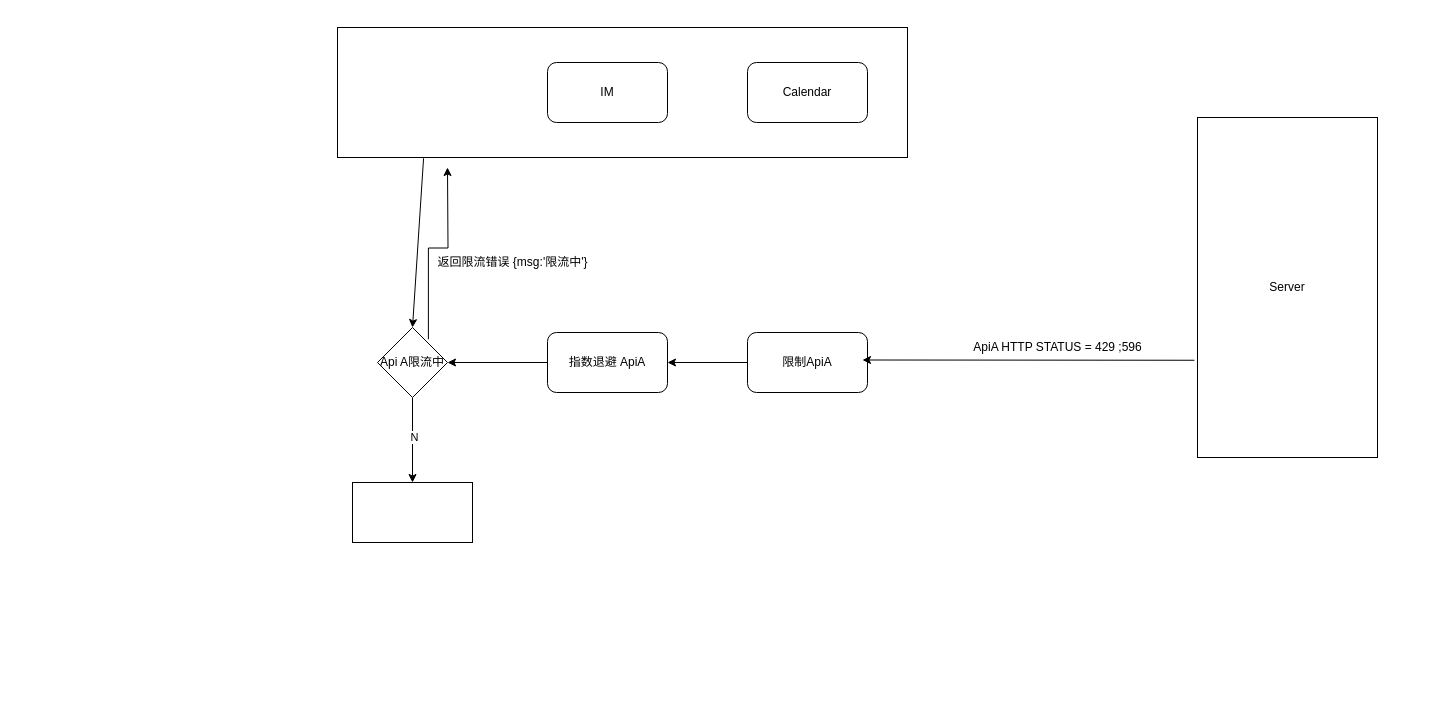
x3hong/algo keeps this draw.io diagram as 111.drawio. Above is the earlier version. Source tidied: cells renumbered, new cells numbered last; positions are measured from the earlier drawing's top-left corner, leaving out a move shared by most shapes. Both pictures are drawn from the tidied source at 100%, with x=0, y=0 at pixel (337, 27).
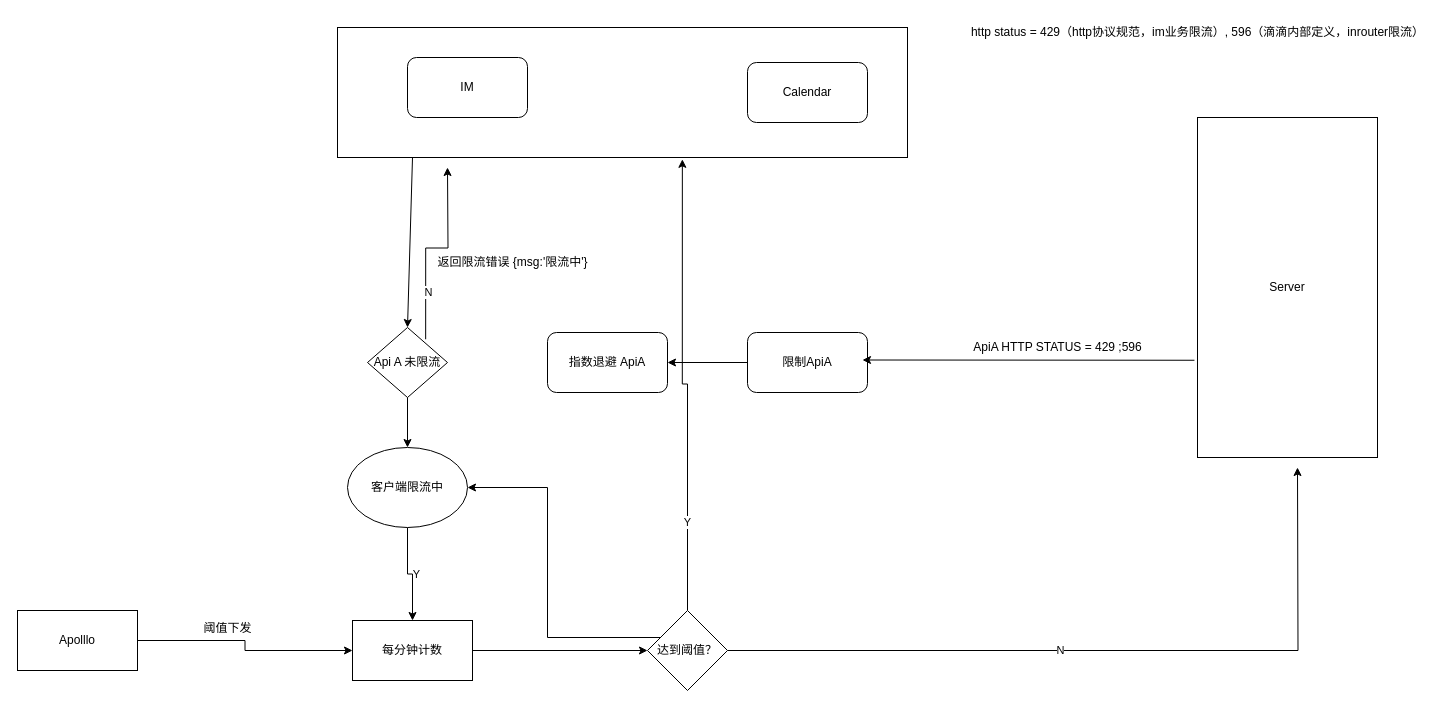
Above is the later version.

The change refers to these unchanged cells:
```xml
<mxCell id="2" style="rounded=0;whiteSpace=wrap;html=1;" parent="1" vertex="1">
  <mxGeometry width="570" height="130" as="geometry" />
</mxCell>
<mxCell id="6" value="指数退避 ApiA" style="rounded=1;whiteSpace=wrap;html=1;" parent="1" vertex="1">
  <mxGeometry x="210" y="305" width="120" height="60" as="geometry" />
</mxCell>
<mxCell id="12" style="edgeStyle=orthogonalEdgeStyle;rounded=0;jettySize=auto;html=1;entryX=0.77;entryY=1.029;entryDx=0;entryDy=0;entryPerimeter=0;exitX=0.727;exitY=0.168;exitDx=0;exitDy=0;exitPerimeter=0;" parent="1" edge="1" source="17">
  <mxGeometry relative="1" as="geometry">
    <mxPoint x="110" y="140" as="targetPoint" />
  </mxGeometry>
</mxCell>
```

The edit, as a diff of the source:
```diff
@@
     <mxCell id="3" value="IM" style="rounded=1;whiteSpace=wrap;html=1;" parent="1" vertex="1">
-      <mxGeometry x="210" y="35" width="120" height="60" as="geometry" />
+      <mxGeometry x="70" y="30" width="120" height="60" as="geometry" />
     </mxCell>
@@
-    <mxCell id="5" style="edgeStyle=orthogonalEdgeStyle;rounded=0;jettySize=auto;html=1;" parent="1" edge="1" source="6">
-      <mxGeometry relative="1" as="geometry">
-        <mxPoint x="110" y="335" as="targetPoint" />
-      </mxGeometry>
-    </mxCell>
@@
+    <mxCell id="19" value="N" style="edgeLabel;html=1;align=center;verticalAlign=middle;" parent="12" vertex="1">
+      <mxGeometry x="-0.52" y="-2" relative="1" as="geometry" />
+    </mxCell>
@@
-    <mxCell id="14" style="endArrow=classic;html=1;rounded=0;entryX=0.5;entryY=0;entryDx=0;entryDy=0;exitX=0.151;exitY=1.006;exitDx=0;exitDy=0;exitPerimeter=0;" parent="1" edge="1" source="2" target="17">
-      <mxGeometry relative="1" as="geometry" />
+    <mxCell id="14" style="endArrow=classic;html=1;rounded=0;entryX=0.5;entryY=0;entryDx=0;entryDy=0;" parent="1" edge="1" target="17">
+      <mxGeometry relative="1" as="geometry">
+        <mxPoint x="75" y="130" as="sourcePoint" />
+      </mxGeometry>
     </mxCell>
-    <mxCell id="15" style="edgeStyle=orthogonalEdgeStyle;rounded=0;jettySize=auto;html=1;" parent="1" edge="1" source="17" target="18">
+    <mxCell id="15" style="edgeStyle=orthogonalEdgeStyle;rounded=0;jettySize=auto;html=1;" parent="1" edge="1" source="33" target="18">
       <mxGeometry relative="1" as="geometry" />
     </mxCell>
-    <mxCell id="16" value="N" style="edgeLabel;html=1;align=center;verticalAlign=middle;" parent="15" vertex="1">
-      <mxGeometry x="-0.09" y="1" relative="1" as="geometry" />
-    </mxCell>
+    <mxCell id="20" value="Y" style="edgeLabel;html=1;align=center;verticalAlign=middle;" parent="15" vertex="1">
+      <mxGeometry x="0.06" y="3" relative="1" as="geometry">
+        <mxPoint y="-1" as="offset" />
+      </mxGeometry>
+    </mxCell>
-    <mxCell id="17" value="Api A限流中" style="rhombus;whiteSpace=wrap;html=1;" parent="1" vertex="1">
-      <mxGeometry x="40" y="300" width="70" height="70" as="geometry" />
+    <mxCell id="17" value="Api A 未限流" style="rhombus;whiteSpace=wrap;html=1;" parent="1" vertex="1">
+      <mxGeometry x="30" y="300" width="80" height="70" as="geometry" />
     </mxCell>
+    <mxCell id="21" style="edgeStyle=orthogonalEdgeStyle;rounded=0;jettySize=auto;html=1;" parent="1" edge="1" source="18" target="27">
+      <mxGeometry relative="1" as="geometry" />
+    </mxCell>
-    <mxCell id="18" style="whiteSpace=wrap;html=1;" parent="1" vertex="1">
-      <mxGeometry x="15" y="455" width="120" height="60" as="geometry" />
+    <mxCell id="18" value="每分钟计数" style="whiteSpace=wrap;html=1;" parent="1" vertex="1">
+      <mxGeometry x="15" y="593" width="120" height="60" as="geometry" />
     </mxCell>
+    <mxCell id="22" style="edgeStyle=orthogonalEdgeStyle;rounded=0;jettySize=auto;html=1;entryX=0.605;entryY=1.014;entryDx=0;entryDy=0;entryPerimeter=0;" parent="1" edge="1" source="27" target="2">
+      <mxGeometry relative="1" as="geometry" />
+    </mxCell>
+    <mxCell id="23" value="Y" style="edgeLabel;html=1;align=center;verticalAlign=middle;" parent="22" vertex="1">
+      <mxGeometry x="-0.61" y="1" relative="1" as="geometry" />
+    </mxCell>
+    <mxCell id="24" style="edgeStyle=orthogonalEdgeStyle;rounded=0;jettySize=auto;html=1;" parent="1" edge="1" source="27">
+      <mxGeometry relative="1" as="geometry">
+        <mxPoint x="960" y="440" as="targetPoint" />
+      </mxGeometry>
+    </mxCell>
+    <mxCell id="25" value="N" style="edgeLabel;html=1;align=center;verticalAlign=middle;" parent="24" vertex="1">
+      <mxGeometry x="-0.12" y="1" relative="1" as="geometry" />
+    </mxCell>
+    <mxCell id="26" style="edgeStyle=orthogonalEdgeStyle;rounded=0;jettySize=auto;html=1;" parent="1" edge="1" source="27" target="33">
+      <mxGeometry relative="1" as="geometry">
+        <Array as="points">
+          <mxPoint x="210" y="610" />
+        </Array>
+      </mxGeometry>
+    </mxCell>
+    <mxCell id="27" value="达到阈值？" style="rhombus;whiteSpace=wrap;html=1;" parent="1" vertex="1">
+      <mxGeometry x="310" y="583" width="80" height="80" as="geometry" />
+    </mxCell>
+    <mxCell id="28" value="http status = 429（http协议规范，im业务限流）, 596（滴滴内部定义，inrouter限流）" style="text;html=1;align=center;verticalAlign=middle;strokeColor=none;fillColor=none;" parent="1" vertex="1">
+      <mxGeometry x="620" y="-10" width="480" height="30" as="geometry" />
+    </mxCell>
+    <mxCell id="29" style="edgeStyle=orthogonalEdgeStyle;rounded=0;jettySize=auto;html=1;entryX=0;entryY=0.5;entryDx=0;entryDy=0;" parent="1" edge="1" source="30" target="18">
+      <mxGeometry relative="1" as="geometry" />
+    </mxCell>
+    <mxCell id="30" value="Apolllo" style="rounded=0;whiteSpace=wrap;html=1;" parent="1" vertex="1">
+      <mxGeometry x="-320" y="583" width="120" height="60" as="geometry" />
+    </mxCell>
+    <mxCell id="31" value="阈值下发" style="text;html=1;align=center;verticalAlign=middle;strokeColor=none;fillColor=none;" parent="1" vertex="1">
+      <mxGeometry x="-145" y="586" width="70" height="30" as="geometry" />
+    </mxCell>
+    <mxCell id="32" style="edgeStyle=orthogonalEdgeStyle;rounded=0;jettySize=auto;html=1;" parent="1" edge="1" source="17" target="33">
+      <mxGeometry relative="1" as="geometry" />
+    </mxCell>
+    <mxCell id="33" value="客户端限流中" style="ellipse;whiteSpace=wrap;html=1;" parent="1" vertex="1">
+      <mxGeometry x="10" y="420" width="120" height="80" as="geometry" />
+    </mxCell>
```
